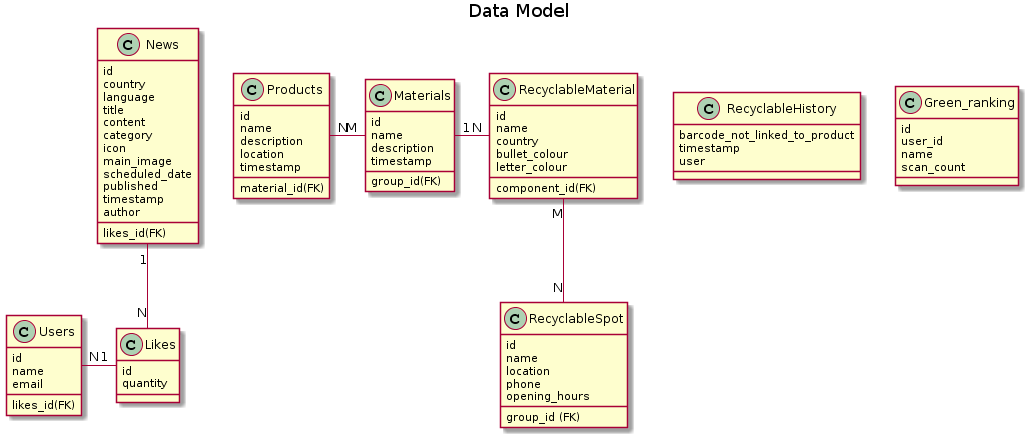
Earlier version of the PlantUML export doc/datamodel.png (storrellas/recycling).
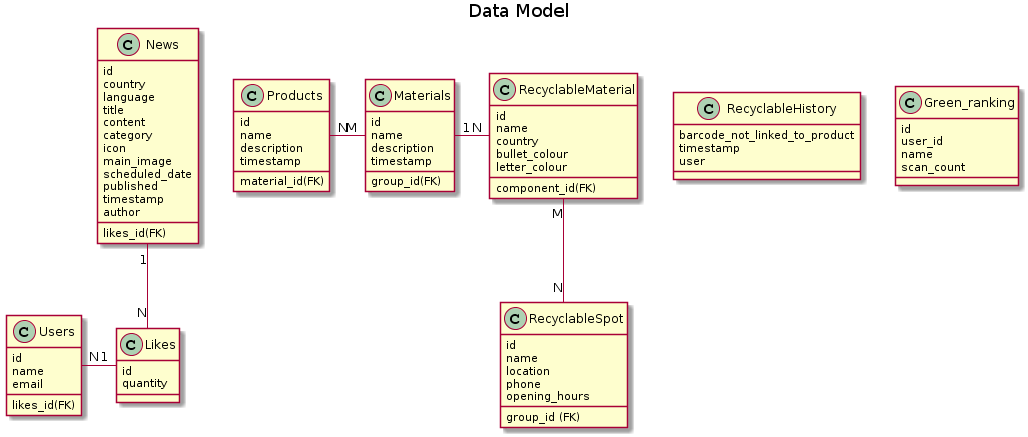
The same file after the commit.

Commit message:
ENH: Added figure

The edit, as a diff of the source:
```diff
@@ -6,7 +6,6 @@
   id
   name
   description
-  location
   timestamp
   material_id(FK)
 }
```
